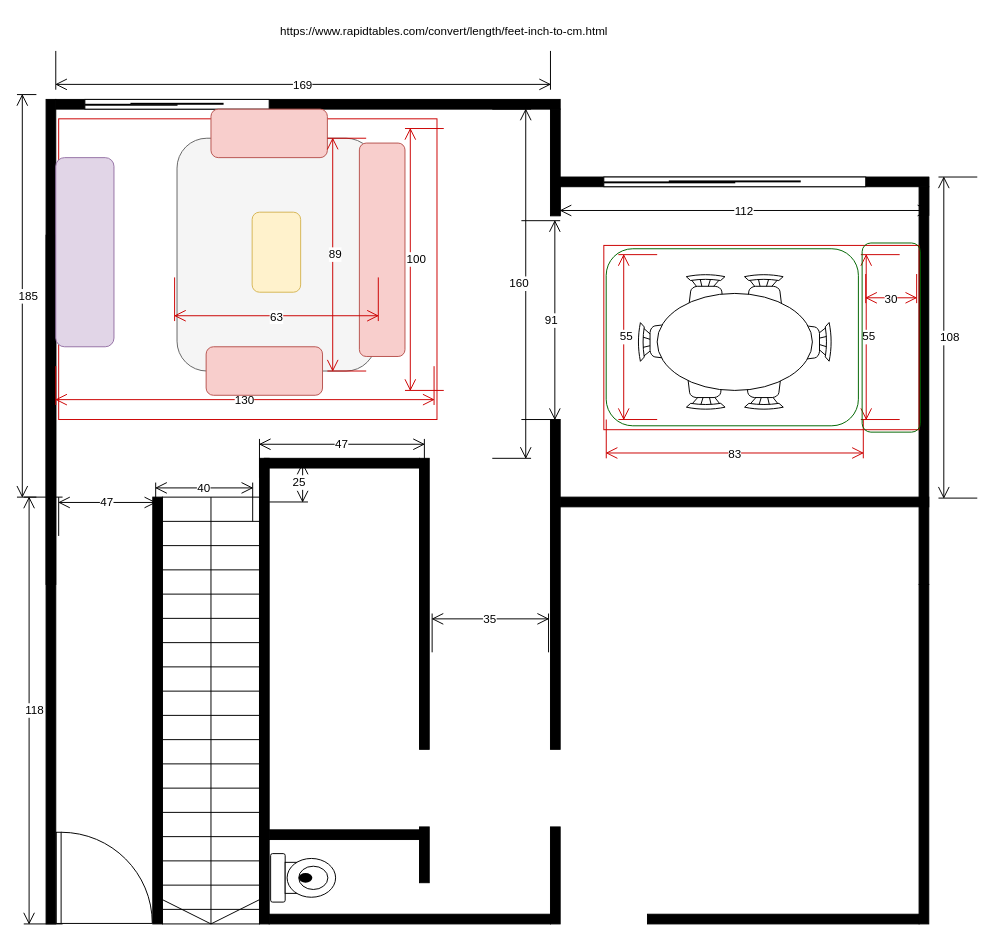
Earlier version of the draw.io diagram Untitled Diagram.drawio (jiangtao7/draw.io). Source tidied: cells renumbered, new cells numbered last; positions are measured from the earlier drawing's top-left corner, leaving out a move shared by most shapes. Both pictures are drawn from the tidied source at 97%, with x=0, y=0 at pixel (-192, 16).
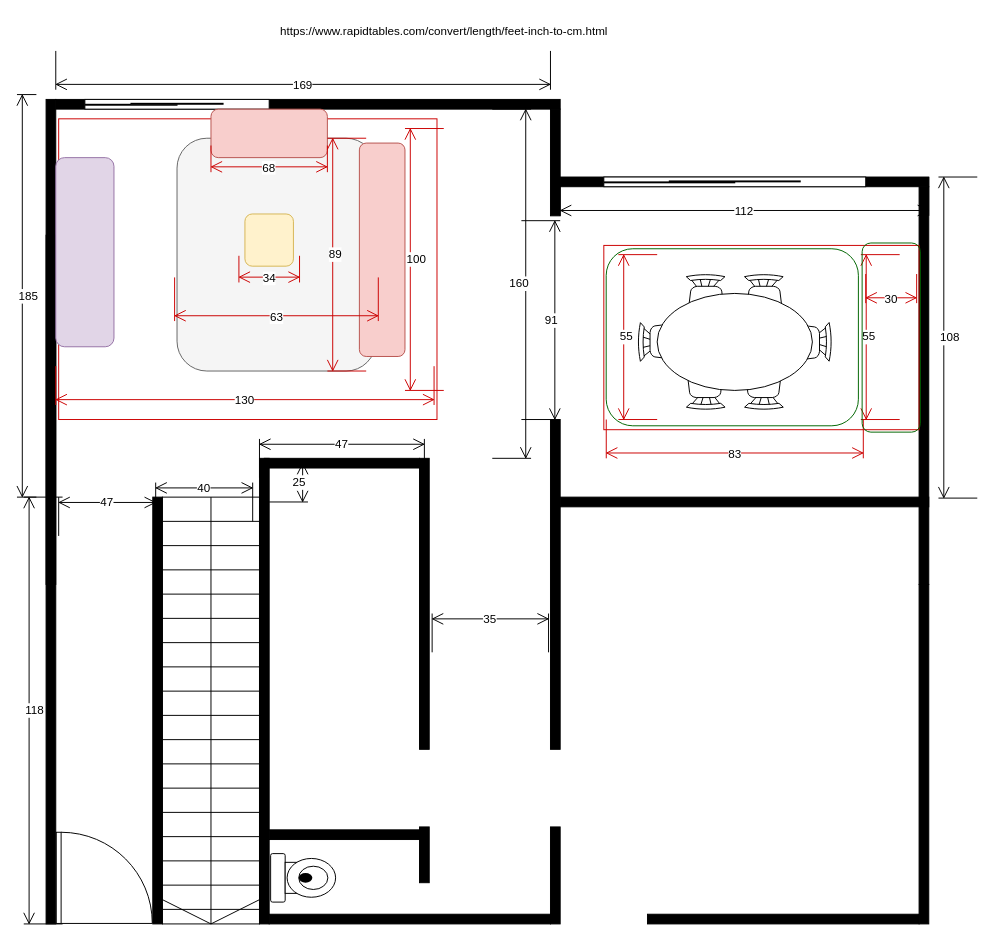
Above is the later version.

The edit, as a diff of the source:
```diff
@@
     <mxCell id="56" style="rounded=1;whiteSpace=wrap;html=1;strokeColor=#d6b656;fillColor=#fff2cc;rotation=-90;" parent="1" vertex="1">
-      <mxGeometry x="441.2" y="217.5" width="82.5" height="50" as="geometry" />
+      <mxGeometry x="448.1" y="205" width="53.8" height="50" as="geometry" />
     </mxCell>
@@
-    <mxCell id="61" style="rounded=1;whiteSpace=wrap;html=1;strokeColor=#b85450;fillColor=#f8cecc;" parent="1" vertex="1">
-      <mxGeometry x="410" y="340" width="120" height="50" as="geometry" />
-    </mxCell>
@@
+    <mxCell id="64" value="68" style="shape=dimension;whiteSpace=wrap;html=1;align=center;verticalAlign=bottom;spacingBottom=-5;labelBackgroundColor=#ffffff;strokeColor=#CC0000;fillColor=none;" parent="1" vertex="1">
+      <mxGeometry x="415" y="132.5" width="120" height="27.5" as="geometry" />
+    </mxCell>
+    <mxCell id="65" value="34" style="shape=dimension;whiteSpace=wrap;html=1;align=center;verticalAlign=bottom;spacingBottom=-5;labelBackgroundColor=#ffffff;strokeColor=#CC0000;fillColor=none;" parent="1" vertex="1">
+      <mxGeometry x="443.8" y="246.2" width="62.5" height="27.5" as="geometry" />
+    </mxCell>
```
